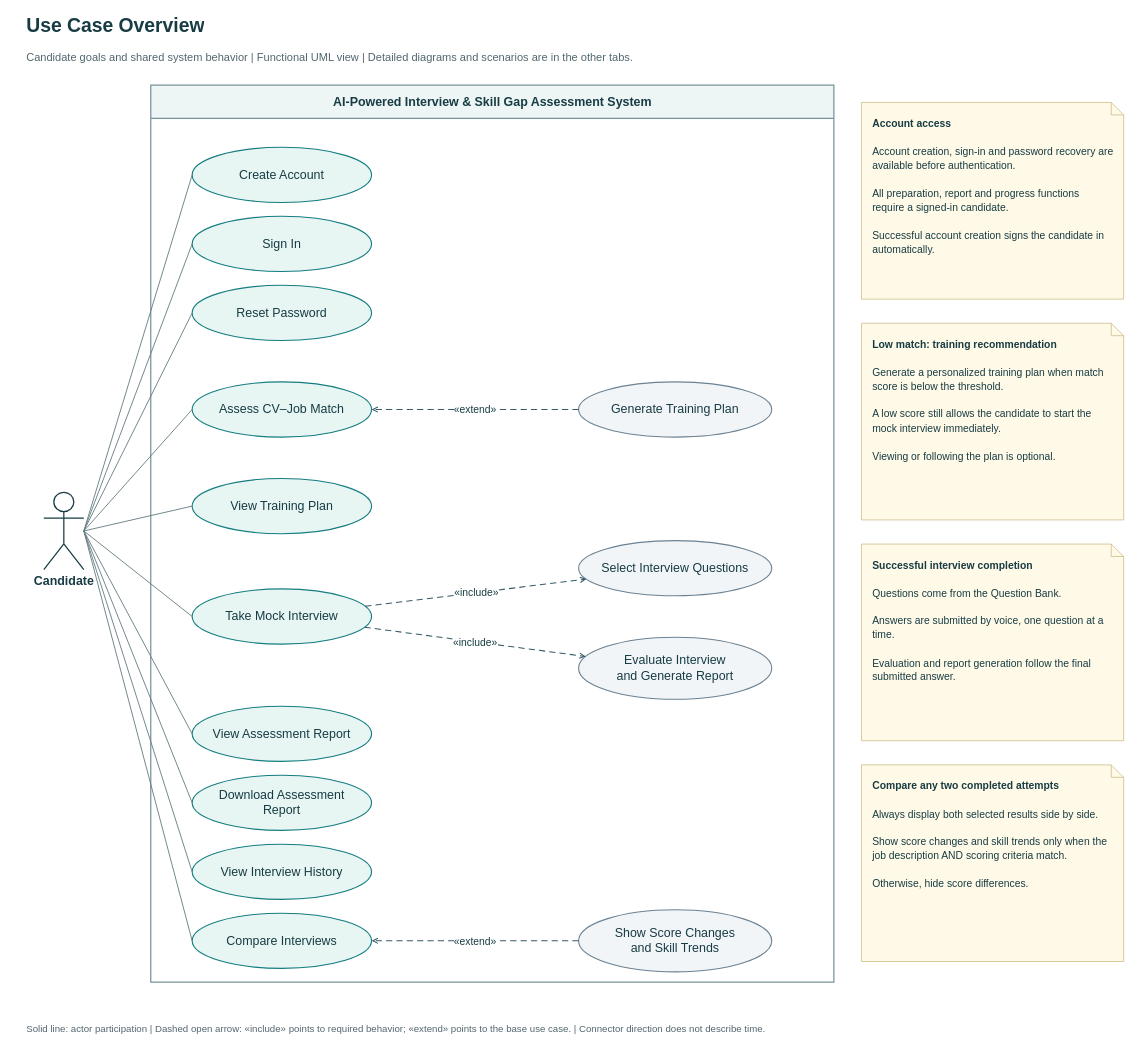
Above: page "Use Case Overview" (1 of 10) of AI Interview - Use Case Model.drawio in ziadhalaby/AI-Interview-Skill-Gap (draw.io), before the change. Source tidied: cells renumbered, new cells numbered last; positions are measured from the earlier drawing's top-left corner, leaving out a move shared by most shapes. Both pictures are drawn from the tidied source at 69%, with x=0, y=0 at pixel (26, 12).
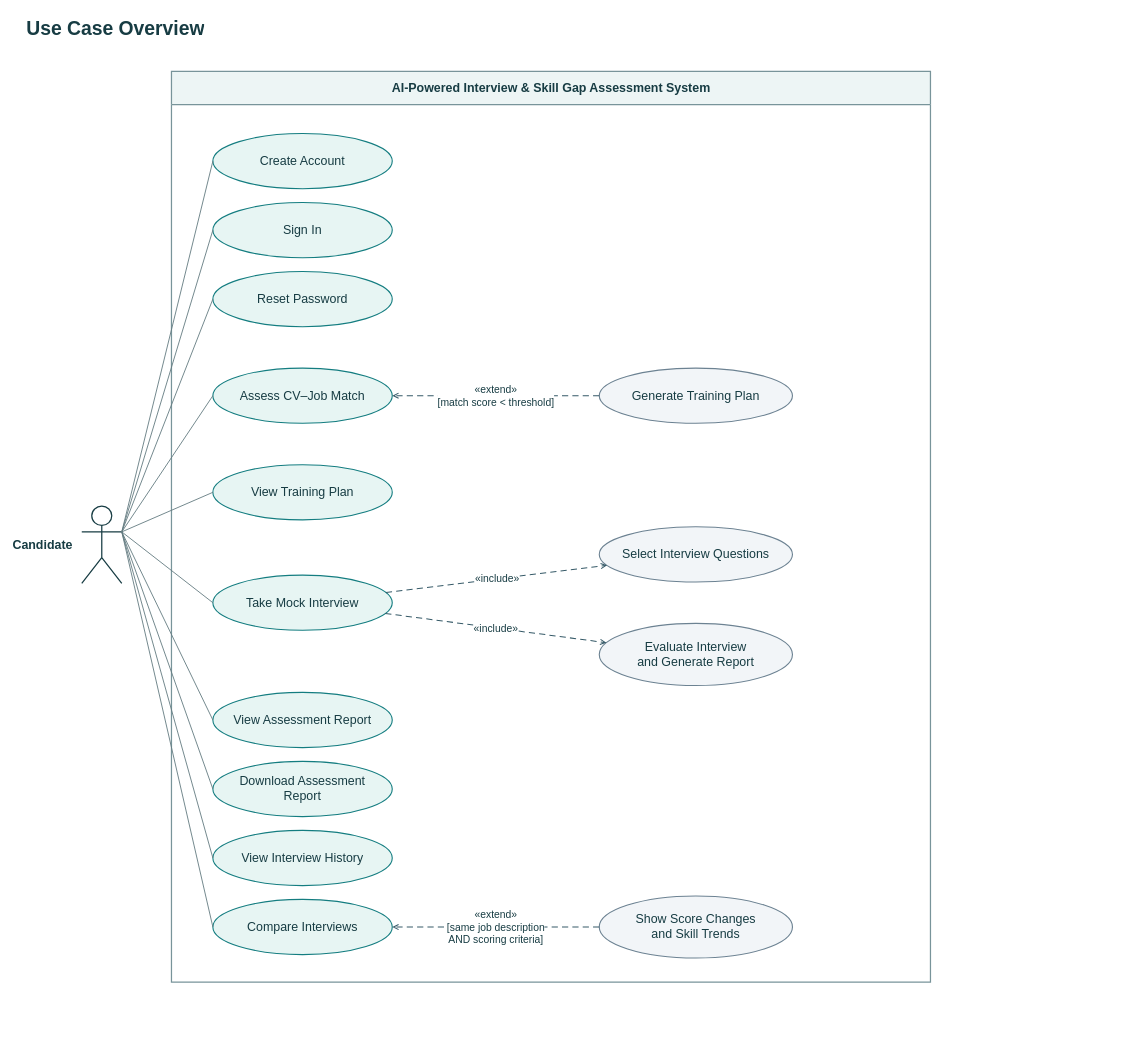
Above is the later version.

Commit message (it also covers changes not shown here):
Update use case model with latest project changes

The change refers to these unchanged cells:
```xml
<mxCell id="6" value="Create Account" style="html=1;fontFamily=Arial;fontColor=#173C43;ellipse;whiteSpace=wrap;overflow=hidden;fillColor=#E7F5F3;strokeColor=#147D80;strokeWidth=1.6;fontSize=18;align=center;verticalAlign=middle;spacing=10;" parent="4" vertex="1">
  <mxGeometry x="60" y="90" width="260" height="80" as="geometry" />
</mxCell>
<mxCell id="8" value="Sign In" style="html=1;fontFamily=Arial;fontColor=#173C43;ellipse;whiteSpace=wrap;overflow=hidden;fillColor=#E7F5F3;strokeColor=#147D80;strokeWidth=1.6;fontSize=18;align=center;verticalAlign=middle;spacing=10;" parent="4" vertex="1">
  <mxGeometry x="60" y="190" width="260" height="80" as="geometry" />
</mxCell>
<mxCell id="10" value="Reset Password" style="html=1;fontFamily=Arial;fontColor=#173C43;ellipse;whiteSpace=wrap;overflow=hidden;fillColor=#E7F5F3;strokeColor=#147D80;strokeWidth=1.6;fontSize=18;align=center;verticalAlign=middle;spacing=10;" parent="4" vertex="1">
  <mxGeometry x="60" y="290" width="260" height="80" as="geometry" />
</mxCell>
<mxCell id="12" value="Assess CV–Job Match" style="html=1;fontFamily=Arial;fontColor=#173C43;ellipse;whiteSpace=wrap;overflow=hidden;fillColor=#E7F5F3;strokeColor=#147D80;strokeWidth=1.6;fontSize=18;align=center;verticalAlign=middle;spacing=10;" parent="4" vertex="1">
  <mxGeometry x="60" y="430" width="260" height="80" as="geometry" />
</mxCell>
<mxCell id="14" value="View Training Plan" style="html=1;fontFamily=Arial;fontColor=#173C43;ellipse;whiteSpace=wrap;overflow=hidden;fillColor=#E7F5F3;strokeColor=#147D80;strokeWidth=1.6;fontSize=18;align=center;verticalAlign=middle;spacing=10;" parent="4" vertex="1">
  <mxGeometry x="60" y="570" width="260" height="80" as="geometry" />
</mxCell>
<mxCell id="16" value="Take Mock Interview" style="html=1;fontFamily=Arial;fontColor=#173C43;ellipse;whiteSpace=wrap;overflow=hidden;fillColor=#E7F5F3;strokeColor=#147D80;strokeWidth=1.6;fontSize=18;align=center;verticalAlign=middle;spacing=10;" parent="4" vertex="1">
  <mxGeometry x="60" y="730" width="260" height="80" as="geometry" />
</mxCell>
<mxCell id="18" value="View Assessment Report" style="html=1;fontFamily=Arial;fontColor=#173C43;ellipse;whiteSpace=wrap;overflow=hidden;fillColor=#E7F5F3;strokeColor=#147D80;strokeWidth=1.6;fontSize=18;align=center;verticalAlign=middle;spacing=10;" parent="4" vertex="1">
  <mxGeometry x="60" y="900" width="260" height="80" as="geometry" />
</mxCell>
<mxCell id="20" value="Download Assessment&lt;br&gt;Report" style="html=1;fontFamily=Arial;fontColor=#173C43;ellipse;whiteSpace=wrap;overflow=hidden;fillColor=#E7F5F3;strokeColor=#147D80;strokeWidth=1.6;fontSize=18;align=center;verticalAlign=middle;spacing=10;" parent="4" vertex="1">
  <mxGeometry x="60" y="1000" width="260" height="80" as="geometry" />
</mxCell>
<mxCell id="22" value="View Interview History" style="html=1;fontFamily=Arial;fontColor=#173C43;ellipse;whiteSpace=wrap;overflow=hidden;fillColor=#E7F5F3;strokeColor=#147D80;strokeWidth=1.6;fontSize=18;align=center;verticalAlign=middle;spacing=10;" parent="4" vertex="1">
  <mxGeometry x="60" y="1100" width="260" height="80" as="geometry" />
</mxCell>
<mxCell id="24" value="Compare Interviews" style="html=1;fontFamily=Arial;fontColor=#173C43;ellipse;whiteSpace=wrap;overflow=hidden;fillColor=#E7F5F3;strokeColor=#147D80;strokeWidth=1.6;fontSize=18;align=center;verticalAlign=middle;spacing=10;" parent="4" vertex="1">
  <mxGeometry x="60" y="1200" width="260" height="80" as="geometry" />
</mxCell>
<mxCell id="26" value="Generate Training Plan" style="html=1;fontFamily=Arial;fontColor=#173C43;ellipse;whiteSpace=wrap;overflow=hidden;fillColor=#F2F5F8;strokeColor=#6C8292;strokeWidth=1.6;fontSize=18;align=center;verticalAlign=middle;spacing=10;" parent="4" vertex="1">
  <mxGeometry x="620" y="430" width="280" height="80" as="geometry" />
</mxCell>
<mxCell id="29" value="Show Score Changes&lt;br&gt;and Skill Trends" style="html=1;fontFamily=Arial;fontColor=#173C43;ellipse;whiteSpace=wrap;overflow=hidden;fillColor=#F2F5F8;strokeColor=#6C8292;strokeWidth=1.6;fontSize=18;align=center;verticalAlign=middle;spacing=10;" parent="4" vertex="1">
  <mxGeometry x="620" y="1195" width="280" height="90" as="geometry" />
</mxCell>
```

The edit, as a diff of the source:
```diff
@@
     <mxCell id="2" value="Use Case Overview" style="html=1;fontFamily=Arial;fontColor=#173C43;text;whiteSpace=wrap;overflow=hidden;strokeColor=none;fillColor=none;fontSize=28;fontStyle=1;fontColor=#173C43;align=left;verticalAlign=middle;spacing=0;" parent="1" vertex="1">
-      <mxGeometry width="1600" height="40" as="geometry" />
+      <mxGeometry width="1330" height="46" as="geometry" />
     </mxCell>
-    <mxCell id="3" value="Candidate goals and shared system behavior | Functional UML view | Detailed diagrams and scenarios are in the other tabs." style="html=1;fontFamily=Arial;fontColor=#173C43;text;whiteSpace=wrap;overflow=hidden;strokeColor=none;fillColor=none;fontSize=16;fontStyle=0;fontColor=#52666E;align=left;verticalAlign=middle;spacing=0;" parent="1" vertex="1">
-      <mxGeometry y="48" width="1600" height="36" as="geometry" />
-    </mxCell>
     <mxCell id="4" value="AI-Powered Interview &amp; Skill Gap Assessment System" style="html=1;fontFamily=Arial;fontColor=#173C43;swimlane;horizontal=1;startSize=48;rounded=0;strokeWidth=1.8;strokeColor=#78949A;fillColor=#EDF5F5;swimlaneFillColor=#FFFFFF;fontSize=18;fontStyle=1;align=center;" parent="1" vertex="1">
-      <mxGeometry x="180" y="106" width="990" height="1300" as="geometry" />
+      <mxGeometry x="210" y="86" width="1100" height="1320" as="geometry" />
     </mxCell>
-    <mxCell id="5" value="Candidate" style="html=1;fontFamily=Arial;fontColor=#173C43;shape=umlActor;verticalLabelPosition=bottom;verticalAlign=top;align=center;fontSize=18;fontStyle=1;strokeWidth=1.8;strokeColor=#173C43;fillColor=#FFFFFF;labelBackgroundColor=#FFFFFF;" parent="1" vertex="1">
-      <mxGeometry x="25" y="696" width="58" height="112" as="geometry" />
+    <mxCell id="5" value="Candidate" style="html=1;fontFamily=Arial;fontColor=#173C43;shape=umlActor;verticalLabelPosition=bottom;verticalAlign=top;align=center;fontSize=18;fontStyle=1;strokeWidth=1.8;strokeColor=#173C43;fillColor=#FFFFFF;labelBackgroundColor=#FFFFFF;labelPosition=left;verticalLabelPosition=middle;verticalAlign=middle;align=right;spacingRight=12;labelPosition=left;verticalLabelPosition=middle;verticalAlign=middle;align=right;spacingRight=12;labelPosition=left;verticalLabelPosition=middle;verticalAlign=middle;align=right;spacingRight=12;" parent="1" vertex="1">
+      <mxGeometry x="80" y="716" width="58" height="112" as="geometry" />
     </mxCell>
@@
-    <mxCell id="7" style="html=1;fontFamily=Arial;fontSize=15;fontColor=#173C43;labelBackgroundColor=#FFFFFF;align=center;verticalAlign=middle;endArrow=none;startArrow=none;strokeColor=#647B81;strokeWidth=1.3;exitX=1;exitY=0.5;exitPerimeter=1;entryX=0;entryY=0.5;entryPerimeter=1;" parent="1" edge="1" source="5" target="6">
+    <mxCell id="7" style="html=1;fontFamily=Arial;fontSize=15;fontColor=#173C43;labelBackgroundColor=#FFFFFF;align=center;verticalAlign=middle;endArrow=none;startArrow=none;strokeColor=#647B81;strokeWidth=1.3;exitX=1;exitY=0.333333;exitPerimeter=1;entryX=0;entryY=0.5;entryPerimeter=1;" parent="1" edge="1" source="5" target="6">
       <mxGeometry relative="1" as="geometry" />
     </mxCell>
@@
-    <mxCell id="9" style="html=1;fontFamily=Arial;fontSize=15;fontColor=#173C43;labelBackgroundColor=#FFFFFF;align=center;verticalAlign=middle;endArrow=none;startArrow=none;strokeColor=#647B81;strokeWidth=1.3;exitX=1;exitY=0.5;exitPerimeter=1;entryX=0;entryY=0.5;entryPerimeter=1;" parent="1" edge="1" source="5" target="8">
+    <mxCell id="9" style="html=1;fontFamily=Arial;fontSize=15;fontColor=#173C43;labelBackgroundColor=#FFFFFF;align=center;verticalAlign=middle;endArrow=none;startArrow=none;strokeColor=#647B81;strokeWidth=1.3;exitX=1;exitY=0.333333;exitPerimeter=1;entryX=0;entryY=0.5;entryPerimeter=1;" parent="1" edge="1" source="5" target="8">
       <mxGeometry relative="1" as="geometry" />
     </mxCell>
@@
-    <mxCell id="11" style="html=1;fontFamily=Arial;fontSize=15;fontColor=#173C43;labelBackgroundColor=#FFFFFF;align=center;verticalAlign=middle;endArrow=none;startArrow=none;strokeColor=#647B81;strokeWidth=1.3;exitX=1;exitY=0.5;exitPerimeter=1;entryX=0;entryY=0.5;entryPerimeter=1;" parent="1" edge="1" source="5" target="10">
+    <mxCell id="11" style="html=1;fontFamily=Arial;fontSize=15;fontColor=#173C43;labelBackgroundColor=#FFFFFF;align=center;verticalAlign=middle;endArrow=none;startArrow=none;strokeColor=#647B81;strokeWidth=1.3;exitX=1;exitY=0.333333;exitPerimeter=1;entryX=0;entryY=0.5;entryPerimeter=1;" parent="1" edge="1" source="5" target="10">
       <mxGeometry relative="1" as="geometry" />
     </mxCell>
@@
-    <mxCell id="13" style="html=1;fontFamily=Arial;fontSize=15;fontColor=#173C43;labelBackgroundColor=#FFFFFF;align=center;verticalAlign=middle;endArrow=none;startArrow=none;strokeColor=#647B81;strokeWidth=1.3;exitX=1;exitY=0.5;exitPerimeter=1;entryX=0;entryY=0.5;entryPerimeter=1;" parent="1" edge="1" source="5" target="12">
+    <mxCell id="13" style="html=1;fontFamily=Arial;fontSize=15;fontColor=#173C43;labelBackgroundColor=#FFFFFF;align=center;verticalAlign=middle;endArrow=none;startArrow=none;strokeColor=#647B81;strokeWidth=1.3;exitX=1;exitY=0.333333;exitPerimeter=1;entryX=0;entryY=0.5;entryPerimeter=1;" parent="1" edge="1" source="5" target="12">
       <mxGeometry relative="1" as="geometry" />
     </mxCell>
@@
-    <mxCell id="15" style="html=1;fontFamily=Arial;fontSize=15;fontColor=#173C43;labelBackgroundColor=#FFFFFF;align=center;verticalAlign=middle;endArrow=none;startArrow=none;strokeColor=#647B81;strokeWidth=1.3;exitX=1;exitY=0.5;exitPerimeter=1;entryX=0;entryY=0.5;entryPerimeter=1;" parent="1" edge="1" source="5" target="14">
+    <mxCell id="15" style="html=1;fontFamily=Arial;fontSize=15;fontColor=#173C43;labelBackgroundColor=#FFFFFF;align=center;verticalAlign=middle;endArrow=none;startArrow=none;strokeColor=#647B81;strokeWidth=1.3;exitX=1;exitY=0.333333;exitPerimeter=1;entryX=0;entryY=0.5;entryPerimeter=1;" parent="1" edge="1" source="5" target="14">
       <mxGeometry relative="1" as="geometry" />
     </mxCell>
@@
-    <mxCell id="17" style="html=1;fontFamily=Arial;fontSize=15;fontColor=#173C43;labelBackgroundColor=#FFFFFF;align=center;verticalAlign=middle;endArrow=none;startArrow=none;strokeColor=#647B81;strokeWidth=1.3;exitX=1;exitY=0.5;exitPerimeter=1;entryX=0;entryY=0.5;entryPerimeter=1;" parent="1" edge="1" source="5" target="16">
+    <mxCell id="17" style="html=1;fontFamily=Arial;fontSize=15;fontColor=#173C43;labelBackgroundColor=#FFFFFF;align=center;verticalAlign=middle;endArrow=none;startArrow=none;strokeColor=#647B81;strokeWidth=1.3;exitX=1;exitY=0.333333;exitPerimeter=1;entryX=0;entryY=0.5;entryPerimeter=1;" parent="1" edge="1" source="5" target="16">
       <mxGeometry relative="1" as="geometry" />
     </mxCell>
@@
-    <mxCell id="19" style="html=1;fontFamily=Arial;fontSize=15;fontColor=#173C43;labelBackgroundColor=#FFFFFF;align=center;verticalAlign=middle;endArrow=none;startArrow=none;strokeColor=#647B81;strokeWidth=1.3;exitX=1;exitY=0.5;exitPerimeter=1;entryX=0;entryY=0.5;entryPerimeter=1;" parent="1" edge="1" source="5" target="18">
+    <mxCell id="19" style="html=1;fontFamily=Arial;fontSize=15;fontColor=#173C43;labelBackgroundColor=#FFFFFF;align=center;verticalAlign=middle;endArrow=none;startArrow=none;strokeColor=#647B81;strokeWidth=1.3;exitX=1;exitY=0.333333;exitPerimeter=1;entryX=0;entryY=0.5;entryPerimeter=1;" parent="1" edge="1" source="5" target="18">
       <mxGeometry relative="1" as="geometry" />
     </mxCell>
@@
-    <mxCell id="21" style="html=1;fontFamily=Arial;fontSize=15;fontColor=#173C43;labelBackgroundColor=#FFFFFF;align=center;verticalAlign=middle;endArrow=none;startArrow=none;strokeColor=#647B81;strokeWidth=1.3;exitX=1;exitY=0.5;exitPerimeter=1;entryX=0;entryY=0.5;entryPerimeter=1;" parent="1" edge="1" source="5" target="20">
+    <mxCell id="21" style="html=1;fontFamily=Arial;fontSize=15;fontColor=#173C43;labelBackgroundColor=#FFFFFF;align=center;verticalAlign=middle;endArrow=none;startArrow=none;strokeColor=#647B81;strokeWidth=1.3;exitX=1;exitY=0.333333;exitPerimeter=1;entryX=0;entryY=0.5;entryPerimeter=1;" parent="1" edge="1" source="5" target="20">
       <mxGeometry relative="1" as="geometry" />
     </mxCell>
@@
-    <mxCell id="23" style="html=1;fontFamily=Arial;fontSize=15;fontColor=#173C43;labelBackgroundColor=#FFFFFF;align=center;verticalAlign=middle;endArrow=none;startArrow=none;strokeColor=#647B81;strokeWidth=1.3;exitX=1;exitY=0.5;exitPerimeter=1;entryX=0;entryY=0.5;entryPerimeter=1;" parent="1" edge="1" source="5" target="22">
+    <mxCell id="23" style="html=1;fontFamily=Arial;fontSize=15;fontColor=#173C43;labelBackgroundColor=#FFFFFF;align=center;verticalAlign=middle;endArrow=none;startArrow=none;strokeColor=#647B81;strokeWidth=1.3;exitX=1;exitY=0.333333;exitPerimeter=1;entryX=0;entryY=0.5;entryPerimeter=1;" parent="1" edge="1" source="5" target="22">
       <mxGeometry relative="1" as="geometry" />
     </mxCell>
@@
-    <mxCell id="25" style="html=1;fontFamily=Arial;fontSize=15;fontColor=#173C43;labelBackgroundColor=#FFFFFF;align=center;verticalAlign=middle;endArrow=none;startArrow=none;strokeColor=#647B81;strokeWidth=1.3;exitX=1;exitY=0.5;exitPerimeter=1;entryX=0;entryY=0.5;entryPerimeter=1;" parent="1" edge="1" source="5" target="24">
+    <mxCell id="25" style="html=1;fontFamily=Arial;fontSize=15;fontColor=#173C43;labelBackgroundColor=#FFFFFF;align=center;verticalAlign=middle;endArrow=none;startArrow=none;strokeColor=#647B81;strokeWidth=1.3;exitX=1;exitY=0.333333;exitPerimeter=1;entryX=0;entryY=0.5;entryPerimeter=1;" parent="1" edge="1" source="5" target="24">
       <mxGeometry relative="1" as="geometry" />
     </mxCell>
@@
-    <mxCell id="30" value="&amp;laquo;extend&amp;raquo;" style="html=1;fontFamily=Arial;fontSize=15;fontColor=#173C43;labelBackgroundColor=#FFFFFF;align=center;verticalAlign=middle;endArrow=open;endFill=0;startArrow=none;dashed=1;dashPattern=6 4;strokeColor=#365A68;strokeWidth=1.5;" parent="4" edge="1" source="26" target="12">
+    <mxCell id="30" value="&amp;laquo;extend&amp;raquo;&lt;br&gt;[match score &amp;lt; threshold]" style="html=1;fontFamily=Arial;fontSize=15;fontColor=#173C43;labelBackgroundColor=#FFFFFF;align=center;verticalAlign=middle;endArrow=open;endFill=0;startArrow=none;dashed=1;dashPattern=6 4;strokeColor=#365A68;strokeWidth=1.5;" parent="4" edge="1" source="26" target="12">
       <mxGeometry relative="1" as="geometry" />
     </mxCell>
@@
-    <mxCell id="33" value="&amp;laquo;extend&amp;raquo;" style="html=1;fontFamily=Arial;fontSize=15;fontColor=#173C43;labelBackgroundColor=#FFFFFF;align=center;verticalAlign=middle;endArrow=open;endFill=0;startArrow=none;dashed=1;dashPattern=6 4;strokeColor=#365A68;strokeWidth=1.5;" parent="4" edge="1" source="29" target="24">
+    <mxCell id="33" value="&amp;laquo;extend&amp;raquo;&lt;br&gt;[same job description&lt;br&gt;AND scoring criteria]" style="html=1;fontFamily=Arial;fontSize=15;fontColor=#173C43;labelBackgroundColor=#FFFFFF;align=center;verticalAlign=middle;endArrow=open;endFill=0;startArrow=none;dashed=1;dashPattern=6 4;strokeColor=#365A68;strokeWidth=1.5;" parent="4" edge="1" source="29" target="24">
       <mxGeometry relative="1" as="geometry" />
     </mxCell>
-    <mxCell id="34" value="&lt;div style=&quot;line-height:1.35;text-align:left;&quot;&gt;&lt;b&gt;Account access&lt;/b&gt;&lt;br&gt;&lt;br&gt;Account creation, sign-in and password recovery are available before authentication.&lt;br&gt;&lt;br&gt;All preparation, report and progress functions require a signed-in candidate.&lt;br&gt;&lt;br&gt;Successful account creation signs the candidate in automatically.&lt;/div&gt;" style="html=1;fontFamily=Arial;fontColor=#173C43;shape=note;size=18;whiteSpace=wrap;fillColor=#FFF9E8;strokeColor=#C7B57B;strokeWidth=1;align=left;verticalAlign=top;spacing=16;fontSize=15;" parent="1" vertex="1">
-      <mxGeometry x="1210" y="131" width="380" height="285" as="geometry" />
-    </mxCell>
-    <mxCell id="35" value="&lt;div style=&quot;line-height:1.35;text-align:left;&quot;&gt;&lt;b&gt;Low match: training recommendation&lt;/b&gt;&lt;br&gt;&lt;br&gt;Generate a personalized training plan when match score is below the threshold.&lt;br&gt;&lt;br&gt;A low score still allows the candidate to start the mock interview immediately.&lt;br&gt;&lt;br&gt;Viewing or following the plan is optional.&lt;/div&gt;" style="html=1;fontFamily=Arial;fontColor=#173C43;shape=note;size=18;whiteSpace=wrap;fillColor=#FFF9E8;strokeColor=#C7B57B;strokeWidth=1;align=left;verticalAlign=top;spacing=16;fontSize=15;" parent="1" vertex="1">
-      <mxGeometry x="1210" y="451" width="380" height="285" as="geometry" />
-    </mxCell>
-    <mxCell id="36" value="&lt;div style=&quot;line-height:1.35;text-align:left;&quot;&gt;&lt;b&gt;Successful interview completion&lt;/b&gt;&lt;br&gt;&lt;br&gt;Questions come from the Question Bank.&lt;br&gt;&lt;br&gt;Answers are submitted by voice, one question at a time.&lt;br&gt;&lt;br&gt;Evaluation and report generation follow the final submitted answer.&lt;/div&gt;" style="html=1;fontFamily=Arial;fontColor=#173C43;shape=note;size=18;whiteSpace=wrap;fillColor=#FFF9E8;strokeColor=#C7B57B;strokeWidth=1;align=left;verticalAlign=top;spacing=16;fontSize=15;" parent="1" vertex="1">
-      <mxGeometry x="1210" y="771" width="380" height="285" as="geometry" />
-    </mxCell>
-    <mxCell id="37" value="&lt;div style=&quot;line-height:1.35;text-align:left;&quot;&gt;&lt;b&gt;Compare any two completed attempts&lt;/b&gt;&lt;br&gt;&lt;br&gt;Always display both selected results side by side.&lt;br&gt;&lt;br&gt;Show score changes and skill trends only when the job description AND scoring criteria match.&lt;br&gt;&lt;br&gt;Otherwise, hide score differences.&lt;/div&gt;" style="html=1;fontFamily=Arial;fontColor=#173C43;shape=note;size=18;whiteSpace=wrap;fillColor=#FFF9E8;strokeColor=#C7B57B;strokeWidth=1;align=left;verticalAlign=top;spacing=16;fontSize=15;" parent="1" vertex="1">
-      <mxGeometry x="1210" y="1091" width="380" height="285" as="geometry" />
-    </mxCell>
-    <mxCell id="38" value="Solid line: actor participation  |  Dashed open arrow: «include» points to required behavior; «extend» points to the base use case.  |  Connector direction does not describe time." style="html=1;fontFamily=Arial;fontColor=#173C43;text;whiteSpace=wrap;overflow=hidden;strokeColor=none;fillColor=none;fontSize=14;fontStyle=0;fontColor=#52666E;align=left;verticalAlign=middle;spacing=0;" parent="1" vertex="1">
-      <mxGeometry y="1446" width="1600" height="56" as="geometry" />
-    </mxCell>
```
